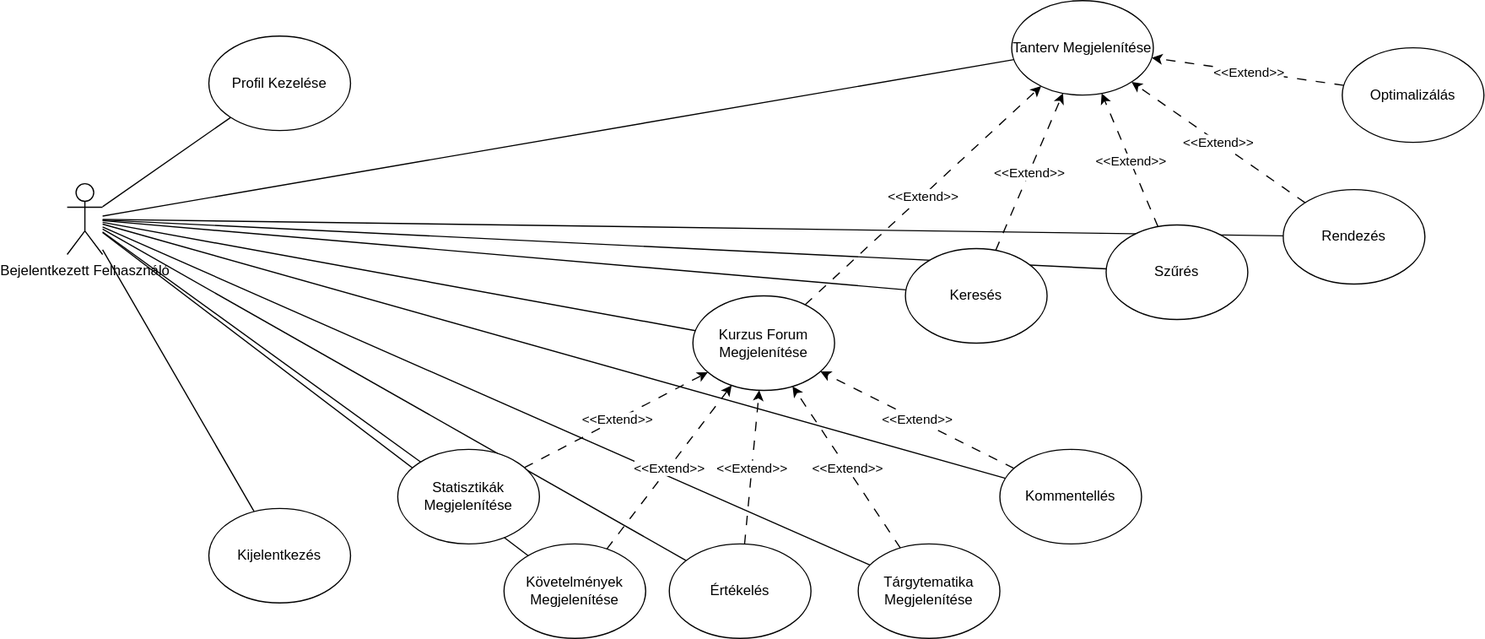
Earlier version of the draw.io export Dokumentáció/ábrák/use-case/use-case2.svg (urambatyam/Szakdolgozat). Source tidied: cells renumbered, new cells last; positions are measured from the earlier drawing's top-left corner, leaving out a move shared by most shapes.
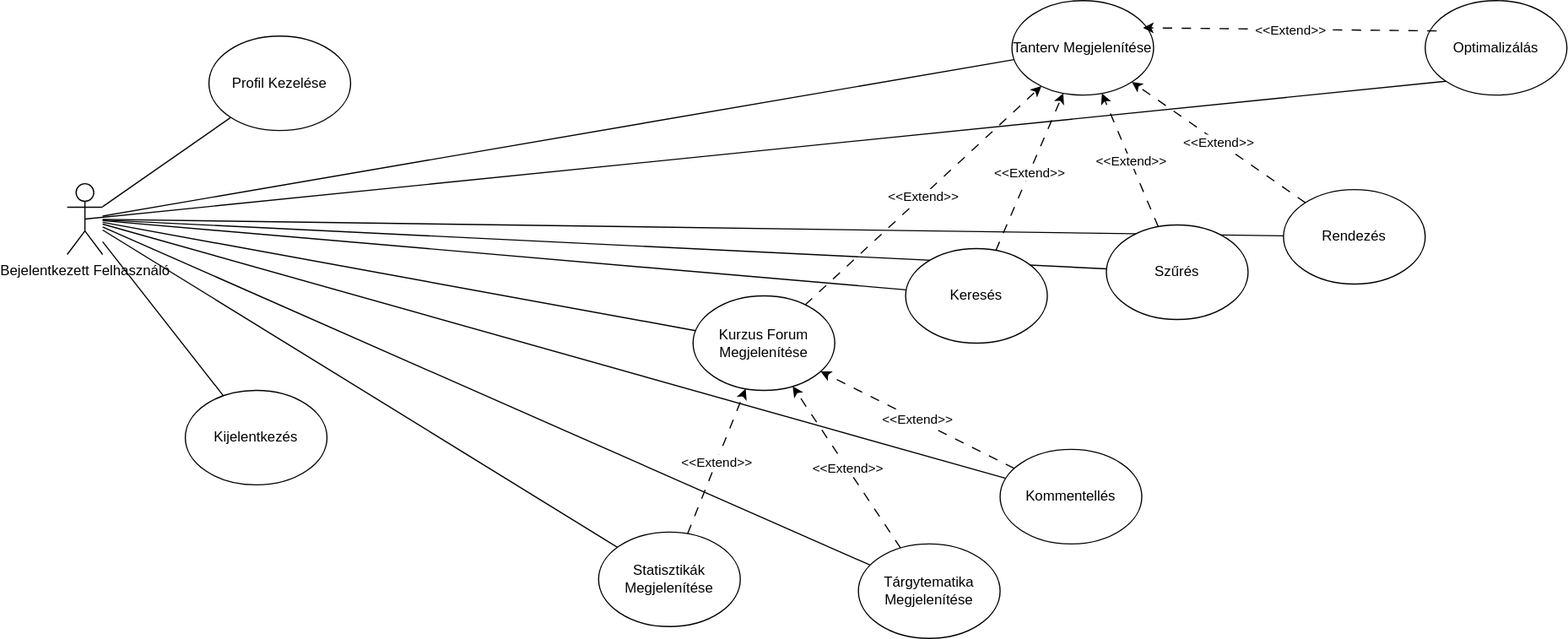
Above is the later version.

Change to the diagram source:
```diff
@@ -11,15 +11,9 @@
     <mxCell id="4" style="rounded=0;jettySize=auto;html=1;endArrow=none;endFill=0;" parent="1" edge="1" source="14" target="17">
       <mxGeometry relative="1" as="geometry" />
     </mxCell>
-    <mxCell id="5" style="rounded=0;jettySize=auto;html=1;endArrow=none;endFill=0;" parent="1" edge="1" source="14" target="18">
-      <mxGeometry relative="1" as="geometry" />
-    </mxCell>
     <mxCell id="6" style="rounded=0;jettySize=auto;html=1;endArrow=none;endFill=0;" parent="1" edge="1" source="14" target="16">
       <mxGeometry relative="1" as="geometry" />
     </mxCell>
-    <mxCell id="7" style="rounded=0;jettySize=auto;html=1;endArrow=none;endFill=0;" parent="1" edge="1" source="14" target="21">
-      <mxGeometry relative="1" as="geometry" />
-    </mxCell>
     <mxCell id="8" style="rounded=0;jettySize=auto;html=1;endArrow=none;endFill=0;" parent="1" edge="1" source="14" target="19">
       <mxGeometry relative="1" as="geometry" />
     </mxCell>
@@ -48,20 +42,14 @@
       <mxGeometry x="530" y="250" width="120" height="80" as="geometry" />
     </mxCell>
     <mxCell id="17" value="Statisztikák Megjelenítése" style="ellipse;whiteSpace=wrap;html=1;" parent="1" vertex="1">
-      <mxGeometry x="280" y="380" width="120" height="80" as="geometry" />
+      <mxGeometry x="450" y="450" width="120" height="80" as="geometry" />
     </mxCell>
-    <mxCell id="18" value="Követelmények Megjelenítése" style="ellipse;whiteSpace=wrap;html=1;" parent="1" vertex="1">
-      <mxGeometry x="370" y="460" width="120" height="80" as="geometry" />
-    </mxCell>
     <mxCell id="19" value="Tárgytematika Megjelenítése" style="ellipse;whiteSpace=wrap;html=1;" parent="1" vertex="1">
       <mxGeometry x="670" y="460" width="120" height="80" as="geometry" />
     </mxCell>
     <mxCell id="20" value="Kommentellés" style="ellipse;whiteSpace=wrap;html=1;" parent="1" vertex="1">
       <mxGeometry x="790" y="380" width="120" height="80" as="geometry" />
     </mxCell>
-    <mxCell id="21" value="Értékelés" style="ellipse;whiteSpace=wrap;html=1;" parent="1" vertex="1">
-      <mxGeometry x="510" y="460" width="120" height="80" as="geometry" />
-    </mxCell>
     <mxCell id="22" value="Keresés" style="ellipse;whiteSpace=wrap;html=1;" parent="1" vertex="1">
       <mxGeometry x="710" y="210" width="120" height="80" as="geometry" />
     </mxCell>
@@ -77,18 +65,6 @@
     <mxCell id="26" value="&amp;lt;&amp;lt;Extend&amp;gt;&amp;gt;" style="edgeLabel;html=1;align=center;verticalAlign=middle;" parent="25" vertex="1">
       <mxGeometry relative="1" as="geometry" />
     </mxCell>
-    <mxCell id="27" style="endArrow=classic;html=1;rounded=0;dashed=1;dashPattern=8 8;" parent="1" edge="1" source="18" target="16">
-      <mxGeometry relative="1" as="geometry" />
-    </mxCell>
-    <mxCell id="28" value="&amp;lt;&amp;lt;Extend&amp;gt;&amp;gt;" style="edgeLabel;html=1;align=center;verticalAlign=middle;" parent="27" vertex="1">
-      <mxGeometry relative="1" as="geometry" />
-    </mxCell>
-    <mxCell id="29" style="endArrow=classic;html=1;rounded=0;dashed=1;dashPattern=8 8;" parent="1" edge="1" source="21" target="16">
-      <mxGeometry relative="1" as="geometry" />
-    </mxCell>
-    <mxCell id="30" value="&amp;lt;&amp;lt;Extend&amp;gt;&amp;gt;" style="edgeLabel;html=1;align=center;verticalAlign=middle;" parent="29" vertex="1">
-      <mxGeometry relative="1" as="geometry" />
-    </mxCell>
     <mxCell id="31" style="endArrow=classic;html=1;rounded=0;dashed=1;dashPattern=8 8;" parent="1" edge="1" source="19" target="16">
       <mxGeometry relative="1" as="geometry" />
     </mxCell>
@@ -126,19 +102,22 @@
       <mxGeometry relative="1" as="geometry" />
     </mxCell>
     <mxCell id="43" value="Kijelentkezés" style="ellipse;whiteSpace=wrap;html=1;" parent="1" vertex="1">
-      <mxGeometry x="120" y="430" width="120" height="80" as="geometry" />
+      <mxGeometry x="100" y="330" width="120" height="80" as="geometry" />
     </mxCell>
     <mxCell id="44" value="Profil Kezelése" style="ellipse;whiteSpace=wrap;html=1;" parent="1" vertex="1">
       <mxGeometry x="120" y="30" width="120" height="80" as="geometry" />
     </mxCell>
     <mxCell id="45" value="Optimalizálás" style="ellipse;whiteSpace=wrap;html=1;" parent="1" vertex="1">
-      <mxGeometry x="1080" y="40" width="120" height="80" as="geometry" />
+      <mxGeometry x="1150" width="120" height="80" as="geometry" />
     </mxCell>
-    <mxCell id="46" style="endArrow=classic;html=1;rounded=0;dashed=1;dashPattern=8 8;" parent="1" edge="1" source="45" target="15">
+    <mxCell id="46" style="endArrow=classic;html=1;rounded=0;dashed=1;dashPattern=8 8;exitX=0.081;exitY=0.321;exitDx=0;exitDy=0;exitPerimeter=0;entryX=0.925;entryY=0.288;entryDx=0;entryDy=0;entryPerimeter=0;" parent="1" edge="1" source="45" target="15">
       <mxGeometry relative="1" as="geometry" />
     </mxCell>
-    <mxCell id="47" value="&amp;lt;&amp;lt;Extend&amp;gt;&amp;gt;" style="edgeLabel;html=1;align=center;verticalAlign=middle;" parent="46" vertex="1">
-      <mxGeometry relative="1" as="geometry" />
-    </mxCell>
+    <mxCell id="48" value="&amp;lt;&amp;lt;Extend&amp;gt;&amp;gt;" style="edgeLabel;html=1;align=center;verticalAlign=middle;" parent="46" vertex="1">
+      <mxGeometry relative="1" as="geometry" />
+    </mxCell>
+    <mxCell id="49" style="rounded=0;jettySize=auto;html=1;endArrow=none;endFill=0;entryX=0;entryY=1;entryDx=0;entryDy=0;exitX=0.5;exitY=0.5;exitDx=0;exitDy=0;exitPerimeter=0;" parent="1" edge="1" source="14" target="45">
+      <mxGeometry relative="1" as="geometry" />
+    </mxCell>
   </root>
 </mxGraphModel>
```
